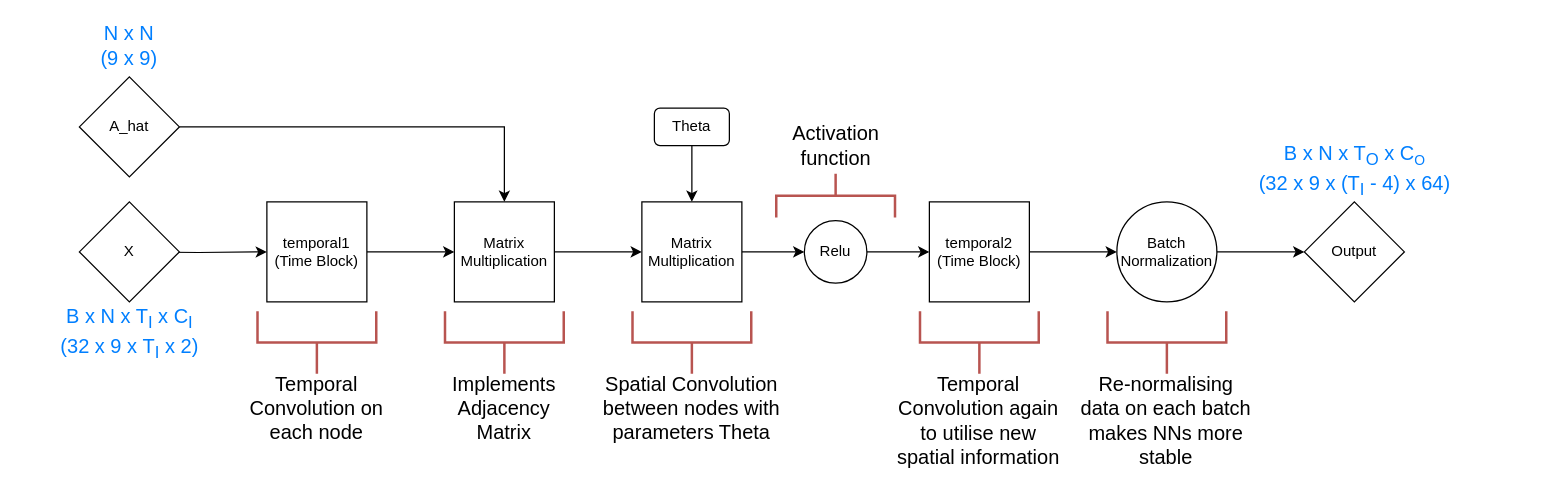
This is diagrams/spatial_block.drawio from oscarcrowley1/thesis, a draw.io file, before an edit. Source tidied: cells renumbered, new cells numbered last; positions are measured from the earlier drawing's top-left corner, leaving out a move shared by most shapes. Both pictures are drawn from the tidied source at 125%, with x=0, y=0 at pixel (21, 26).
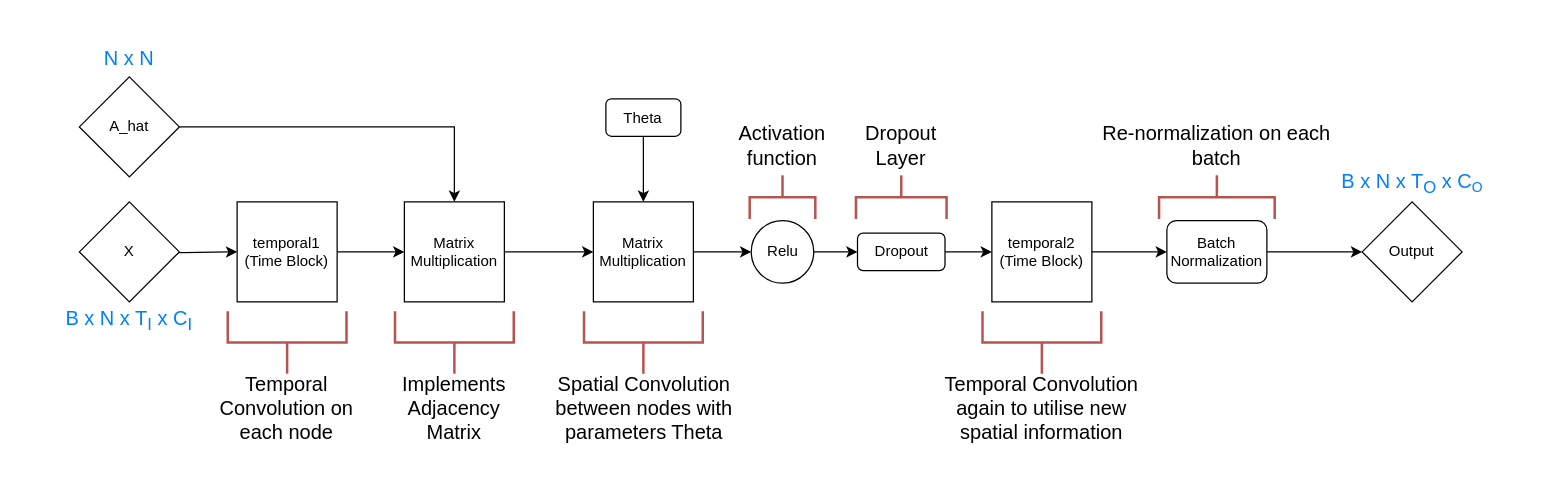
The same diagram, later.

Change to the diagram source:
```diff
@@
-    <mxCell id="2" style="edgeStyle=orthogonalEdgeStyle;rounded=0;jettySize=auto;html=1;exitX=1;exitY=0.5;exitDx=0;exitDy=0;entryX=0;entryY=0.5;entryDx=0;entryDy=0;" parent="1" edge="1" source="4">
-      <mxGeometry relative="1" as="geometry">
-        <mxPoint x="346" y="180" as="targetPoint" />
-      </mxGeometry>
+    <mxCell id="2" style="edgeStyle=orthogonalEdgeStyle;rounded=0;jettySize=auto;html=1;exitX=1;exitY=0.5;exitDx=0;exitDy=0;entryX=0;entryY=0.5;entryDx=0;entryDy=0;" parent="1" edge="1" source="4" target="7">
+      <mxGeometry relative="1" as="geometry" />
     </mxCell>
@@
     <mxCell id="4" value="temporal1&lt;br&gt;(Time Block)" style="whiteSpace=wrap;html=1;" parent="1" vertex="1">
-      <mxGeometry x="196" y="140" width="80" height="80" as="geometry" />
+      <mxGeometry x="172.2" y="140" width="80" height="80" as="geometry" />
     </mxCell>
@@
     <mxCell id="7" value="Matrix Multiplication" style="whiteSpace=wrap;html=1;" parent="1" vertex="1">
-      <mxGeometry x="346" y="140" width="80" height="80" as="geometry" />
+      <mxGeometry x="306" y="140" width="80" height="80" as="geometry" />
     </mxCell>
@@
     <mxCell id="9" value="Matrix Multiplication" style="whiteSpace=wrap;html=1;" parent="1" vertex="1">
-      <mxGeometry x="496" y="140" width="80" height="80" as="geometry" />
+      <mxGeometry x="457.2" y="140" width="80" height="80" as="geometry" />
     </mxCell>
-    <mxCell id="10" style="edgeStyle=orthogonalEdgeStyle;rounded=0;jettySize=auto;html=1;exitX=1;exitY=0.5;exitDx=0;exitDy=0;entryX=0;entryY=0.5;entryDx=0;entryDy=0;" parent="1" edge="1" source="11" target="13">
-      <mxGeometry relative="1" as="geometry" />
-    </mxCell>
+    <mxCell id="36" style="edgeStyle=orthogonalEdgeStyle;rounded=0;jettySize=auto;html=1;exitX=1;exitY=0.5;exitDx=0;exitDy=0;" parent="1" edge="1" source="11" target="38">
+      <mxGeometry relative="1" as="geometry" />
+    </mxCell>
     <mxCell id="11" value="Relu" style="ellipse;whiteSpace=wrap;html=1;" parent="1" vertex="1">
-      <mxGeometry x="626" y="155" width="50" height="50" as="geometry" />
+      <mxGeometry x="583.5" y="155" width="50" height="50" as="geometry" />
     </mxCell>
@@
     <mxCell id="13" value="&lt;span&gt;temporal2&lt;/span&gt;&lt;br&gt;&lt;span&gt;(Time Block)&lt;/span&gt;" style="whiteSpace=wrap;html=1;" parent="1" vertex="1">
-      <mxGeometry x="726" y="140" width="80" height="80" as="geometry" />
+      <mxGeometry x="776" y="140" width="80" height="80" as="geometry" />
     </mxCell>
-    <mxCell id="14" style="edgeStyle=orthogonalEdgeStyle;rounded=0;jettySize=auto;html=1;exitX=1;exitY=0.5;exitDx=0;exitDy=0;" parent="1" edge="1" source="15">
-      <mxGeometry relative="1" as="geometry">
-        <mxPoint x="1026" y="180" as="targetPoint" />
-      </mxGeometry>
-    </mxCell>
-    <mxCell id="15" value="Batch Normalization" style="ellipse;whiteSpace=wrap;html=1;" parent="1" vertex="1">
-      <mxGeometry x="876" y="140" width="80" height="80" as="geometry" />
-    </mxCell>
@@
     <mxCell id="19" value="Theta" style="rounded=1;whiteSpace=wrap;html=1;" parent="1" vertex="1">
-      <mxGeometry x="506" y="65" width="60" height="30" as="geometry" />
+      <mxGeometry x="467.2" y="57.5" width="60" height="30" as="geometry" />
     </mxCell>
     <mxCell id="20" style="strokeWidth=2;html=1;shape=mxgraph.flowchart.annotation_2;align=left;labelPosition=right;rotation=-90;fillColor=#f8cecc;strokeColor=#b85450;" parent="1" vertex="1">
-      <mxGeometry x="211" y="205" width="50" height="95" as="geometry" />
+      <mxGeometry x="187.2" y="205" width="50" height="95" as="geometry" />
     </mxCell>
     <mxCell id="21" value="&lt;font style=&quot;font-size: 16px&quot;&gt;Temporal Convolution on each node&lt;/font&gt;" style="text;html=1;strokeColor=none;fillColor=none;align=center;verticalAlign=middle;whiteSpace=wrap;rounded=0;" parent="1" vertex="1">
-      <mxGeometry x="176" y="290" width="120" height="30" as="geometry" />
+      <mxGeometry x="152.2" y="290" width="120" height="30" as="geometry" />
     </mxCell>
     <mxCell id="22" style="strokeWidth=2;html=1;shape=mxgraph.flowchart.annotation_2;align=left;labelPosition=right;rotation=-90;fillColor=#f8cecc;strokeColor=#b85450;" parent="1" vertex="1">
-      <mxGeometry x="361" y="205" width="50" height="95" as="geometry" />
+      <mxGeometry x="321" y="205" width="50" height="95" as="geometry" />
     </mxCell>
     <mxCell id="23" value="&lt;span style=&quot;font-size: 16px&quot;&gt;Implements Adjacency Matrix&lt;/span&gt;" style="text;html=1;strokeColor=none;fillColor=none;align=center;verticalAlign=middle;whiteSpace=wrap;rounded=0;" parent="1" vertex="1">
-      <mxGeometry x="326" y="290" width="120" height="30" as="geometry" />
+      <mxGeometry x="286" y="290" width="120" height="30" as="geometry" />
     </mxCell>
     <mxCell id="24" style="strokeWidth=2;html=1;shape=mxgraph.flowchart.annotation_2;align=left;labelPosition=right;rotation=-90;fillColor=#f8cecc;strokeColor=#b85450;" parent="1" vertex="1">
-      <mxGeometry x="741" y="205" width="50" height="95" as="geometry" />
+      <mxGeometry x="791" y="205" width="50" height="95" as="geometry" />
     </mxCell>
     <mxCell id="25" value="&lt;span style=&quot;font-size: 16px&quot;&gt;Temporal Convolution again to utilise new spatial information&lt;/span&gt;" style="text;html=1;strokeColor=none;fillColor=none;align=center;verticalAlign=middle;whiteSpace=wrap;rounded=0;" parent="1" vertex="1">
-      <mxGeometry x="696.3" y="300" width="139.4" height="30" as="geometry" />
+      <mxGeometry x="726.2" y="290" width="179.7" height="30" as="geometry" />
     </mxCell>
     <mxCell id="26" style="strokeWidth=2;html=1;shape=mxgraph.flowchart.annotation_2;align=left;labelPosition=right;rotation=-90;fillColor=#f8cecc;strokeColor=#b85450;" parent="1" vertex="1">
-      <mxGeometry x="511" y="205" width="50" height="95" as="geometry" />
+      <mxGeometry x="472.2" y="205" width="50" height="95" as="geometry" />
     </mxCell>
     <mxCell id="27" value="&lt;span style=&quot;font-size: 16px&quot;&gt;Spatial Convolution between nodes with parameters Theta&lt;/span&gt;" style="text;html=1;strokeColor=none;fillColor=none;align=center;verticalAlign=middle;whiteSpace=wrap;rounded=0;" parent="1" vertex="1">
-      <mxGeometry x="457.2" y="290" width="157.5" height="30" as="geometry" />
+      <mxGeometry x="418.5" y="290" width="157.5" height="30" as="geometry" />
     </mxCell>
     <mxCell id="28" style="strokeWidth=2;html=1;shape=mxgraph.flowchart.annotation_2;align=left;labelPosition=right;rotation=90;fillColor=#f8cecc;strokeColor=#b85450;" parent="1" vertex="1">
-      <mxGeometry x="633.5" y="87.5" width="35" height="95" as="geometry" />
+      <mxGeometry x="591" y="110" width="35" height="52.5" as="geometry" />
     </mxCell>
     <mxCell id="29" value="&lt;span style=&quot;font-size: 16px&quot;&gt;Activation function&lt;/span&gt;" style="text;html=1;strokeColor=none;fillColor=none;align=center;verticalAlign=middle;whiteSpace=wrap;rounded=0;" parent="1" vertex="1">
-      <mxGeometry x="594.8" y="80" width="112.5" height="30" as="geometry" />
+      <mxGeometry x="552.2" y="80" width="112.5" height="30" as="geometry" />
     </mxCell>
-    <mxCell id="30" style="strokeWidth=2;html=1;shape=mxgraph.flowchart.annotation_2;align=left;labelPosition=right;rotation=-90;fillColor=#f8cecc;strokeColor=#b85450;" parent="1" vertex="1">
-      <mxGeometry x="891" y="205" width="50" height="95" as="geometry" />
-    </mxCell>
-    <mxCell id="31" value="&lt;span style=&quot;font-size: 16px&quot;&gt;Re-normalising data on each batch makes NNs more stable&lt;/span&gt;" style="text;html=1;strokeColor=none;fillColor=none;align=center;verticalAlign=middle;whiteSpace=wrap;rounded=0;" parent="1" vertex="1">
-      <mxGeometry x="846.3" y="300" width="139.4" height="30" as="geometry" />
+    <mxCell id="31" value="&lt;span style=&quot;font-size: 16px&quot;&gt;Re-normalization on each batch&lt;/span&gt;" style="text;html=1;strokeColor=none;fillColor=none;align=center;verticalAlign=middle;whiteSpace=wrap;rounded=0;" parent="1" vertex="1">
+      <mxGeometry x="856" y="80" width="200.3" height="30" as="geometry" />
     </mxCell>
     <mxCell id="32" value="Output" style="rhombus;whiteSpace=wrap;html=1;" parent="1" vertex="1">
-      <mxGeometry x="1026" y="140" width="80" height="80" as="geometry" />
+      <mxGeometry x="1072.2" y="140" width="80" height="80" as="geometry" />
     </mxCell>
-    <mxCell id="33" value="&lt;font color=&quot;#007fff&quot;&gt;N x N&lt;br&gt;(9 x 9)&lt;br&gt;&lt;/font&gt;" style="text;html=1;strokeColor=none;fillColor=none;align=center;verticalAlign=middle;whiteSpace=wrap;rounded=0;fontSize=16;" parent="1" vertex="1">
-      <mxGeometry x="56" width="60" height="30" as="geometry" />
+    <mxCell id="33" value="&lt;font color=&quot;#007fff&quot;&gt;N x N&lt;br&gt;&lt;/font&gt;" style="text;html=1;strokeColor=none;fillColor=none;align=center;verticalAlign=middle;whiteSpace=wrap;rounded=0;fontSize=16;" parent="1" vertex="1">
+      <mxGeometry x="56" y="10" width="60" height="30" as="geometry" />
     </mxCell>
-    <mxCell id="34" value="&lt;font color=&quot;#007fff&quot;&gt;B x N x T&lt;sub&gt;I&lt;/sub&gt; x C&lt;sub&gt;I&lt;/sub&gt;&lt;br&gt;(32 x 9 x&amp;nbsp;&lt;/font&gt;&lt;span style=&quot;color: rgb(0 , 127 , 255)&quot;&gt;T&lt;/span&gt;&lt;sub style=&quot;color: rgb(0 , 127 , 255)&quot;&gt;I&lt;/sub&gt;&lt;span style=&quot;color: rgb(0 , 127 , 255)&quot;&gt;&amp;nbsp;&lt;/span&gt;&lt;font color=&quot;#007fff&quot;&gt;x 2)&lt;br&gt;&lt;/font&gt;" style="text;html=1;strokeColor=none;fillColor=none;align=center;verticalAlign=middle;whiteSpace=wrap;rounded=0;fontSize=16;" parent="1" vertex="1">
-      <mxGeometry x="-0.2" y="230" width="172.5" height="30" as="geometry" />
+    <mxCell id="34" value="&lt;font color=&quot;#007fff&quot;&gt;B x N x T&lt;sub&gt;I&lt;/sub&gt; x C&lt;sub&gt;I&lt;/sub&gt;&lt;/font&gt;&lt;font color=&quot;#007fff&quot;&gt;&lt;br&gt;&lt;/font&gt;" style="text;html=1;strokeColor=none;fillColor=none;align=center;verticalAlign=middle;whiteSpace=wrap;rounded=0;fontSize=16;" parent="1" vertex="1">
+      <mxGeometry x="22.9" y="220" width="126.2" height="30" as="geometry" />
     </mxCell>
-    <mxCell id="35" value="&lt;font color=&quot;#007fff&quot;&gt;B x N x T&lt;sub&gt;O&lt;/sub&gt; x C&lt;span style=&quot;font-size: 13.3333px&quot;&gt;&lt;sub&gt;O&lt;/sub&gt;&lt;/span&gt;&lt;br&gt;(32 x 9 x (&lt;/font&gt;&lt;span style=&quot;color: rgb(0 , 127 , 255)&quot;&gt;T&lt;/span&gt;&lt;sub style=&quot;color: rgb(0 , 127 , 255)&quot;&gt;I&lt;/sub&gt;&lt;span style=&quot;color: rgb(0 , 127 , 255)&quot;&gt;&amp;nbsp;- 4)&amp;nbsp;&lt;/span&gt;&lt;font color=&quot;#007fff&quot;&gt;x 64)&lt;br&gt;&lt;/font&gt;" style="text;html=1;strokeColor=none;fillColor=none;align=center;verticalAlign=middle;whiteSpace=wrap;rounded=0;fontSize=16;" parent="1" vertex="1">
-      <mxGeometry x="979.8" y="100" width="172.5" height="30" as="geometry" />
+    <mxCell id="35" value="&lt;font color=&quot;#007fff&quot;&gt;B x N x T&lt;sub&gt;O&lt;/sub&gt; x C&lt;span style=&quot;font-size: 13.3333px&quot;&gt;&lt;sub&gt;O&lt;/sub&gt;&lt;/span&gt;&lt;/font&gt;&lt;font color=&quot;#007fff&quot;&gt;&lt;br&gt;&lt;/font&gt;" style="text;html=1;strokeColor=none;fillColor=none;align=center;verticalAlign=middle;whiteSpace=wrap;rounded=0;fontSize=16;" parent="1" vertex="1">
+      <mxGeometry x="1026" y="110" width="172.5" height="30" as="geometry" />
     </mxCell>
+    <mxCell id="37" style="edgeStyle=orthogonalEdgeStyle;rounded=0;jettySize=auto;html=1;exitX=1;exitY=0.5;exitDx=0;exitDy=0;entryX=0;entryY=0.5;entryDx=0;entryDy=0;" parent="1" edge="1" source="38" target="13">
+      <mxGeometry relative="1" as="geometry" />
+    </mxCell>
+    <mxCell id="38" value="Dropout" style="rounded=1;whiteSpace=wrap;html=1;" parent="1" vertex="1">
+      <mxGeometry x="668.5" y="165" width="70" height="30" as="geometry" />
+    </mxCell>
+    <mxCell id="39" style="edgeStyle=orthogonalEdgeStyle;rounded=0;jettySize=auto;html=1;" parent="1" edge="1" source="15" target="32">
+      <mxGeometry relative="1" as="geometry" />
+    </mxCell>
+    <mxCell id="15" value="Batch Normalization" style="rounded=1;whiteSpace=wrap;html=1;" parent="1" vertex="1">
+      <mxGeometry x="916" y="155" width="80" height="50" as="geometry" />
+    </mxCell>
+    <mxCell id="40" style="strokeWidth=2;html=1;shape=mxgraph.flowchart.annotation_2;align=left;labelPosition=right;rotation=90;fillColor=#f8cecc;strokeColor=#b85450;" parent="1" vertex="1">
+      <mxGeometry x="686" y="100" width="35" height="72.5" as="geometry" />
+    </mxCell>
+    <mxCell id="41" value="&lt;span style=&quot;font-size: 16px&quot;&gt;Dropout Layer&lt;/span&gt;" style="text;html=1;strokeColor=none;fillColor=none;align=center;verticalAlign=middle;whiteSpace=wrap;rounded=0;" parent="1" vertex="1">
+      <mxGeometry x="659.1" y="80" width="88.8" height="30" as="geometry" />
+    </mxCell>
+    <mxCell id="42" style="strokeWidth=2;html=1;shape=mxgraph.flowchart.annotation_2;align=left;labelPosition=right;rotation=90;fillColor=#f8cecc;strokeColor=#b85450;" parent="1" vertex="1">
+      <mxGeometry x="938.5" y="90" width="35" height="92.5" as="geometry" />
+    </mxCell>
```
